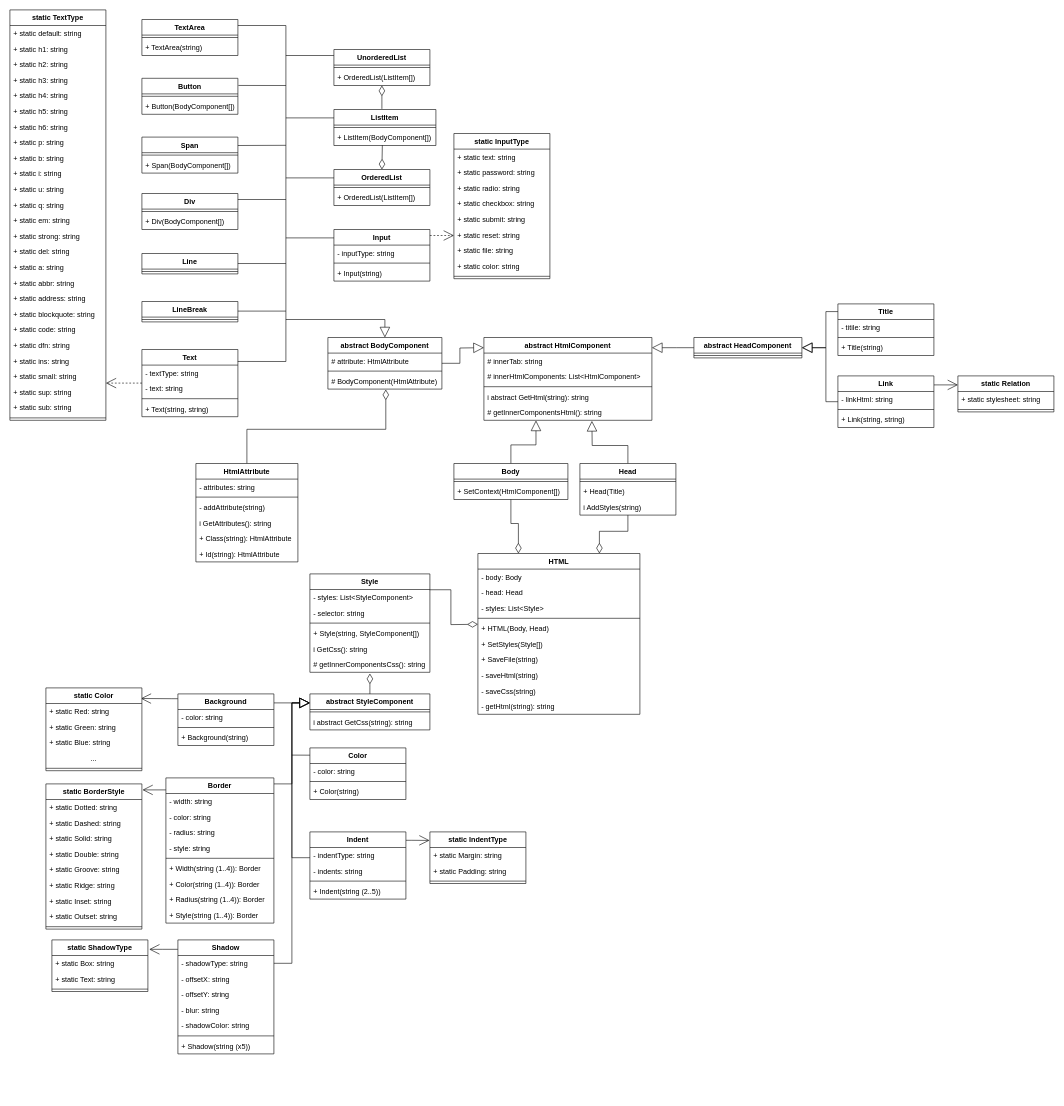
Above: Class structure.drawio in Vitaly05/html-creator-library (draw.io), before the change. Source tidied: cells renumbered, new cells numbered last; positions are measured from the earlier drawing's top-left corner, leaving out a move shared by most shapes. Both pictures are drawn from the tidied source at 60%, with x=0, y=0 at pixel (10, 10).
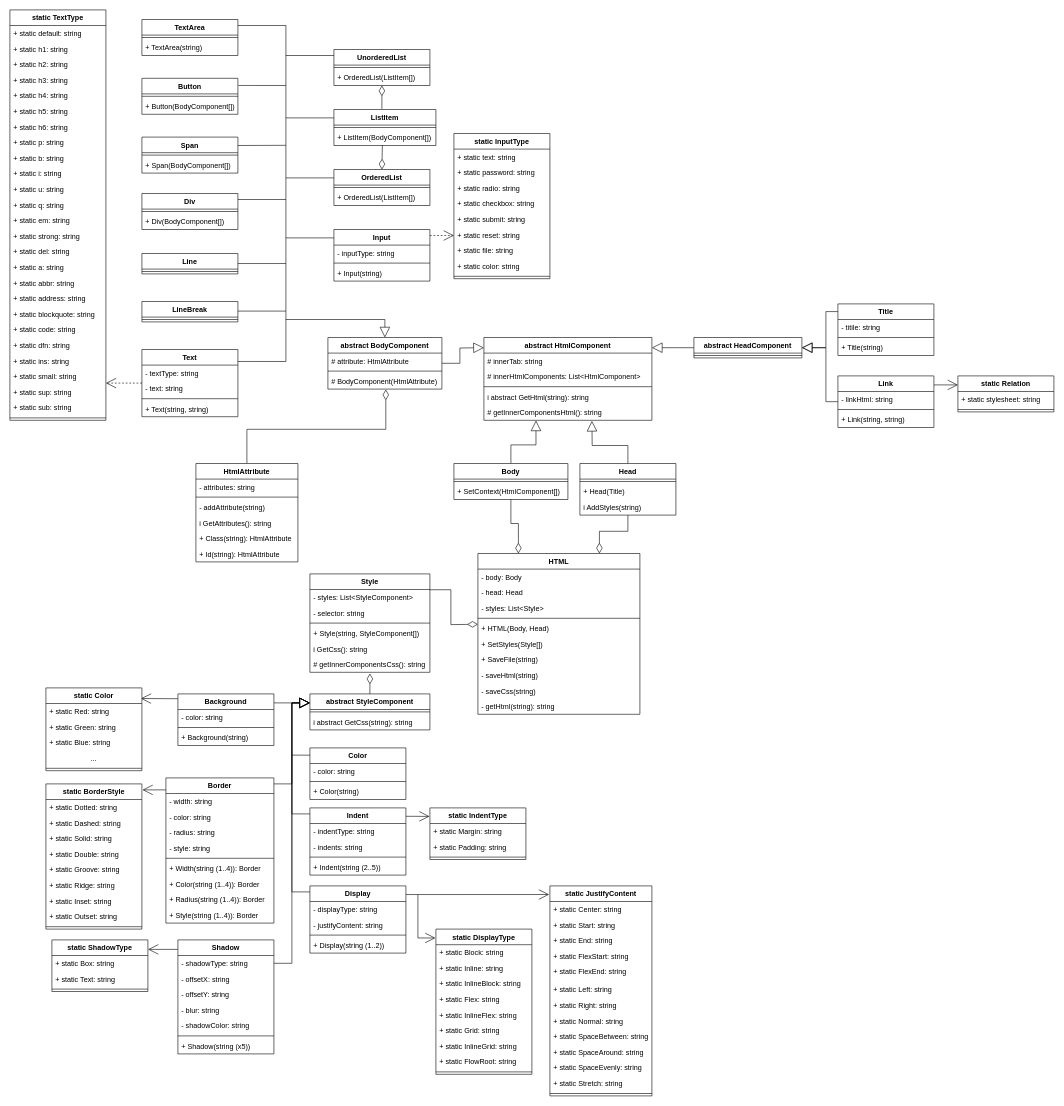
The same page after the edit.

Commit message (it also covers changes not shown here):
Added Display and JustifyContent

The change refers to these unchanged cells:
```xml
<mxCell id="160" value="abstract StyleComponent" style="swimlane;fontStyle=1;align=center;verticalAlign=top;horizontal=1;startSize=26;" parent="1" vertex="1">
  <mxGeometry x="500" y="1140" width="200" height="60" as="geometry" />
</mxCell>
<mxCell id="195" value="Shadow" style="swimlane;fontStyle=1;align=center;verticalAlign=top;horizontal=1;startSize=26;" parent="1" vertex="1">
  <mxGeometry x="280" y="1550" width="160" height="190" as="geometry" />
</mxCell>
<mxCell id="203" value="static ShadowType" style="swimlane;fontStyle=1;align=center;verticalAlign=top;horizontal=1;startSize=26;" parent="1" vertex="1">
  <mxGeometry x="70" y="1550" width="160" height="86" as="geometry" />
</mxCell>
```

Diff of the diagram source:
```diff
@@
-    <mxCell id="194" style="edgeStyle=orthogonalEdgeStyle;rounded=0;jettySize=auto;html=1;entryX=1.014;entryY=0.183;entryDx=0;entryDy=0;entryPerimeter=0;endArrow=open;endFill=0;endSize=15;" parent="1" edge="1" source="195" target="203">
+    <mxCell id="194" style="edgeStyle=orthogonalEdgeStyle;rounded=0;jettySize=auto;html=1;entryX=1.002;entryY=0.184;entryDx=0;entryDy=0;entryPerimeter=0;endArrow=open;endFill=0;endSize=15;" parent="1" edge="1" source="195" target="203">
       <mxGeometry relative="1" as="geometry">
         <Array as="points">
-          <mxPoint x="255" y="1566" />
+          <mxPoint x="260" y="1566" />
         </Array>
       </mxGeometry>
     </mxCell>
@@
     <mxCell id="213" style="edgeStyle=orthogonalEdgeStyle;rounded=0;jettySize=auto;html=1;entryX=-0.004;entryY=0.165;entryDx=0;entryDy=0;entryPerimeter=0;endArrow=open;endFill=0;endSize=15;" parent="1" edge="1" source="215" target="220">
       <mxGeometry relative="1" as="geometry">
         <Array as="points">
-          <mxPoint x="670" y="1384" />
-          <mxPoint x="670" y="1384" />
+          <mxPoint x="670" y="1344" />
+          <mxPoint x="670" y="1344" />
         </Array>
       </mxGeometry>
     </mxCell>
     <mxCell id="214" style="edgeStyle=orthogonalEdgeStyle;rounded=0;jettySize=auto;html=1;entryX=0;entryY=0.25;entryDx=0;entryDy=0;endArrow=block;endFill=0;endSize=15;" parent="1" edge="1" source="215" target="160">
       <mxGeometry relative="1" as="geometry">
         <Array as="points">
-          <mxPoint x="470" y="1413" />
+          <mxPoint x="470" y="1340" />
           <mxPoint x="470" y="1155" />
         </Array>
       </mxGeometry>
     </mxCell>
     <mxCell id="215" value="Indent" style="swimlane;fontStyle=1;align=center;verticalAlign=top;horizontal=1;startSize=26;" parent="1" vertex="1">
-      <mxGeometry x="500" y="1370" width="160" height="112" as="geometry" />
+      <mxGeometry x="500" y="1330" width="160" height="112" as="geometry" />
     </mxCell>
@@
     <mxCell id="220" value="static IndentType" style="swimlane;fontStyle=1;align=center;verticalAlign=top;horizontal=1;startSize=26;" parent="1" vertex="1">
-      <mxGeometry x="700" y="1370" width="160" height="86" as="geometry" />
+      <mxGeometry x="700" y="1330" width="160" height="86" as="geometry" />
     </mxCell>
@@
+    <mxCell id="224" style="edgeStyle=orthogonalEdgeStyle;rounded=0;jettySize=auto;html=1;endArrow=open;endFill=0;endSize=15;entryX=-0.008;entryY=0.041;entryDx=0;entryDy=0;entryPerimeter=0;" parent="1" edge="1" source="226" target="241">
+      <mxGeometry relative="1" as="geometry">
+        <Array as="points">
+          <mxPoint x="670" y="1474" />
+        </Array>
+      </mxGeometry>
+    </mxCell>
+    <mxCell id="225" style="edgeStyle=orthogonalEdgeStyle;rounded=0;jettySize=auto;html=1;entryX=0;entryY=0.25;entryDx=0;entryDy=0;endArrow=block;endFill=0;endSize=15;" parent="1" edge="1" source="226" target="160">
+      <mxGeometry relative="1" as="geometry">
+        <Array as="points">
+          <mxPoint x="470" y="1470" />
+          <mxPoint x="470" y="1155" />
+        </Array>
+      </mxGeometry>
+    </mxCell>
+    <mxCell id="226" value="Display" style="swimlane;fontStyle=1;align=center;verticalAlign=top;horizontal=1;startSize=26;" parent="1" vertex="1">
+      <mxGeometry x="500" y="1460" width="160" height="112" as="geometry" />
+    </mxCell>
+    <mxCell id="227" value="- displayType: string" style="text;strokeColor=none;fillColor=none;align=left;verticalAlign=top;spacingLeft=4;spacingRight=4;overflow=hidden;" parent="226" vertex="1">
+      <mxGeometry y="26" width="160" height="26" as="geometry" />
+    </mxCell>
+    <mxCell id="228" value="- justifyContent: string" style="text;strokeColor=none;fillColor=none;align=left;verticalAlign=top;spacingLeft=4;spacingRight=4;overflow=hidden;" parent="226" vertex="1">
+      <mxGeometry y="52" width="160" height="26" as="geometry" />
+    </mxCell>
+    <mxCell id="229" style="line;strokeWidth=1;fillColor=none;align=left;verticalAlign=middle;spacingTop=-1;spacingLeft=3;spacingRight=3;labelPosition=right;" parent="226" vertex="1">
+      <mxGeometry y="78" width="160" height="8" as="geometry" />
+    </mxCell>
+    <mxCell id="230" value="+ Display(string (1..2))" style="text;strokeColor=none;fillColor=none;align=left;verticalAlign=top;spacingLeft=4;spacingRight=4;overflow=hidden;" parent="226" vertex="1">
+      <mxGeometry y="86" width="160" height="26" as="geometry" />
+    </mxCell>
+    <mxCell id="231" value="static DisplayType" style="swimlane;fontStyle=1;align=center;verticalAlign=top;horizontal=1;startSize=26;" parent="1" vertex="1">
+      <mxGeometry x="710" y="1532" width="160" height="242" as="geometry" />
+    </mxCell>
+    <mxCell id="232" value="+ static Block: string" style="text;strokeColor=none;fillColor=none;align=left;verticalAlign=top;spacingLeft=4;spacingRight=4;overflow=hidden;" parent="231" vertex="1">
+      <mxGeometry y="26" width="160" height="26" as="geometry" />
+    </mxCell>
+    <mxCell id="233" value="+ static Inline: string" style="text;strokeColor=none;fillColor=none;align=left;verticalAlign=top;spacingLeft=4;spacingRight=4;overflow=hidden;" parent="231" vertex="1">
+      <mxGeometry y="52" width="160" height="26" as="geometry" />
+    </mxCell>
+    <mxCell id="234" value="+ static InlineBlock: string" style="text;strokeColor=none;fillColor=none;align=left;verticalAlign=top;spacingLeft=4;spacingRight=4;overflow=hidden;" parent="231" vertex="1">
+      <mxGeometry y="78" width="160" height="26" as="geometry" />
+    </mxCell>
+    <mxCell id="235" value="+ static Flex: string" style="text;strokeColor=none;fillColor=none;align=left;verticalAlign=top;spacingLeft=4;spacingRight=4;overflow=hidden;" parent="231" vertex="1">
+      <mxGeometry y="104" width="160" height="26" as="geometry" />
+    </mxCell>
+    <mxCell id="236" value="+ static InlineFlex: string" style="text;strokeColor=none;fillColor=none;align=left;verticalAlign=top;spacingLeft=4;spacingRight=4;overflow=hidden;" parent="231" vertex="1">
+      <mxGeometry y="130" width="160" height="26" as="geometry" />
+    </mxCell>
+    <mxCell id="237" value="+ static Grid: string" style="text;strokeColor=none;fillColor=none;align=left;verticalAlign=top;spacingLeft=4;spacingRight=4;overflow=hidden;" parent="231" vertex="1">
+      <mxGeometry y="156" width="160" height="26" as="geometry" />
+    </mxCell>
+    <mxCell id="238" value="+ static InlineGrid: string" style="text;strokeColor=none;fillColor=none;align=left;verticalAlign=top;spacingLeft=4;spacingRight=4;overflow=hidden;" parent="231" vertex="1">
+      <mxGeometry y="182" width="160" height="26" as="geometry" />
+    </mxCell>
+    <mxCell id="239" value="+ static FlowRoot: string" style="text;strokeColor=none;fillColor=none;align=left;verticalAlign=top;spacingLeft=4;spacingRight=4;overflow=hidden;" parent="231" vertex="1">
+      <mxGeometry y="208" width="160" height="26" as="geometry" />
+    </mxCell>
+    <mxCell id="240" style="line;strokeWidth=1;fillColor=none;align=left;verticalAlign=middle;spacingTop=-1;spacingLeft=3;spacingRight=3;labelPosition=right;" parent="231" vertex="1">
+      <mxGeometry y="234" width="160" height="8" as="geometry" />
+    </mxCell>
+    <mxCell id="241" value="static JustifyContent" style="swimlane;fontStyle=1;align=center;verticalAlign=top;horizontal=1;startSize=26;" parent="1" vertex="1">
+      <mxGeometry x="900" y="1460" width="170" height="350" as="geometry" />
+    </mxCell>
+    <mxCell id="242" value="+ static Center: string" style="text;strokeColor=none;fillColor=none;align=left;verticalAlign=top;spacingLeft=4;spacingRight=4;overflow=hidden;" parent="241" vertex="1">
+      <mxGeometry y="26" width="170" height="26" as="geometry" />
+    </mxCell>
+    <mxCell id="243" value="+ static Start: string" style="text;strokeColor=none;fillColor=none;align=left;verticalAlign=top;spacingLeft=4;spacingRight=4;overflow=hidden;" parent="241" vertex="1">
+      <mxGeometry y="52" width="170" height="26" as="geometry" />
+    </mxCell>
+    <mxCell id="244" value="+ static End: string" style="text;strokeColor=none;fillColor=none;align=left;verticalAlign=top;spacingLeft=4;spacingRight=4;overflow=hidden;" parent="241" vertex="1">
+      <mxGeometry y="78" width="170" height="26" as="geometry" />
+    </mxCell>
+    <mxCell id="245" value="+ static FlexStart: string" style="text;strokeColor=none;fillColor=none;align=left;verticalAlign=top;spacingLeft=4;spacingRight=4;overflow=hidden;" parent="241" vertex="1">
+      <mxGeometry y="104" width="170" height="26" as="geometry" />
+    </mxCell>
+    <mxCell id="246" value="+ static FlexEnd: string" style="text;strokeColor=none;fillColor=none;align=left;verticalAlign=top;spacingLeft=4;spacingRight=4;overflow=hidden;" parent="241" vertex="1">
+      <mxGeometry y="130" width="170" height="30" as="geometry" />
+    </mxCell>
+    <mxCell id="247" value="+ static Left: string" style="text;strokeColor=none;fillColor=none;align=left;verticalAlign=top;spacingLeft=4;spacingRight=4;overflow=hidden;" parent="241" vertex="1">
+      <mxGeometry y="160" width="170" height="26" as="geometry" />
+    </mxCell>
+    <mxCell id="248" value="+ static Right: string" style="text;strokeColor=none;fillColor=none;align=left;verticalAlign=top;spacingLeft=4;spacingRight=4;overflow=hidden;" parent="241" vertex="1">
+      <mxGeometry y="186" width="170" height="26" as="geometry" />
+    </mxCell>
+    <mxCell id="249" value="+ static Normal: string" style="text;strokeColor=none;fillColor=none;align=left;verticalAlign=top;spacingLeft=4;spacingRight=4;overflow=hidden;" parent="241" vertex="1">
+      <mxGeometry y="212" width="170" height="26" as="geometry" />
+    </mxCell>
+    <mxCell id="250" value="+ static SpaceBetween: string" style="text;strokeColor=none;fillColor=none;align=left;verticalAlign=top;spacingLeft=4;spacingRight=4;overflow=hidden;" parent="241" vertex="1">
+      <mxGeometry y="238" width="170" height="26" as="geometry" />
+    </mxCell>
+    <mxCell id="251" value="+ static SpaceAround: string" style="text;strokeColor=none;fillColor=none;align=left;verticalAlign=top;spacingLeft=4;spacingRight=4;overflow=hidden;" parent="241" vertex="1">
+      <mxGeometry y="264" width="170" height="26" as="geometry" />
+    </mxCell>
+    <mxCell id="252" value="+ static SpaceEvenly: string" style="text;strokeColor=none;fillColor=none;align=left;verticalAlign=top;spacingLeft=4;spacingRight=4;overflow=hidden;" parent="241" vertex="1">
+      <mxGeometry y="290" width="170" height="26" as="geometry" />
+    </mxCell>
+    <mxCell id="253" value="+ static Stretch: string" style="text;strokeColor=none;fillColor=none;align=left;verticalAlign=top;spacingLeft=4;spacingRight=4;overflow=hidden;" parent="241" vertex="1">
+      <mxGeometry y="316" width="170" height="26" as="geometry" />
+    </mxCell>
+    <mxCell id="254" style="line;strokeWidth=1;fillColor=none;align=left;verticalAlign=middle;spacingTop=-1;spacingLeft=3;spacingRight=3;labelPosition=right;" parent="241" vertex="1">
+      <mxGeometry y="342" width="170" height="8" as="geometry" />
+    </mxCell>
+    <mxCell id="255" style="edgeStyle=orthogonalEdgeStyle;rounded=0;jettySize=auto;html=1;endArrow=open;endFill=0;endSize=15;entryX=-0.005;entryY=0.061;entryDx=0;entryDy=0;entryPerimeter=0;" parent="1" edge="1" target="231">
+      <mxGeometry relative="1" as="geometry">
+        <mxPoint x="680" y="1475" as="sourcePoint" />
+        <Array as="points">
+          <mxPoint x="680" y="1475" />
+          <mxPoint x="680" y="1547" />
+        </Array>
+      </mxGeometry>
+    </mxCell>
```
